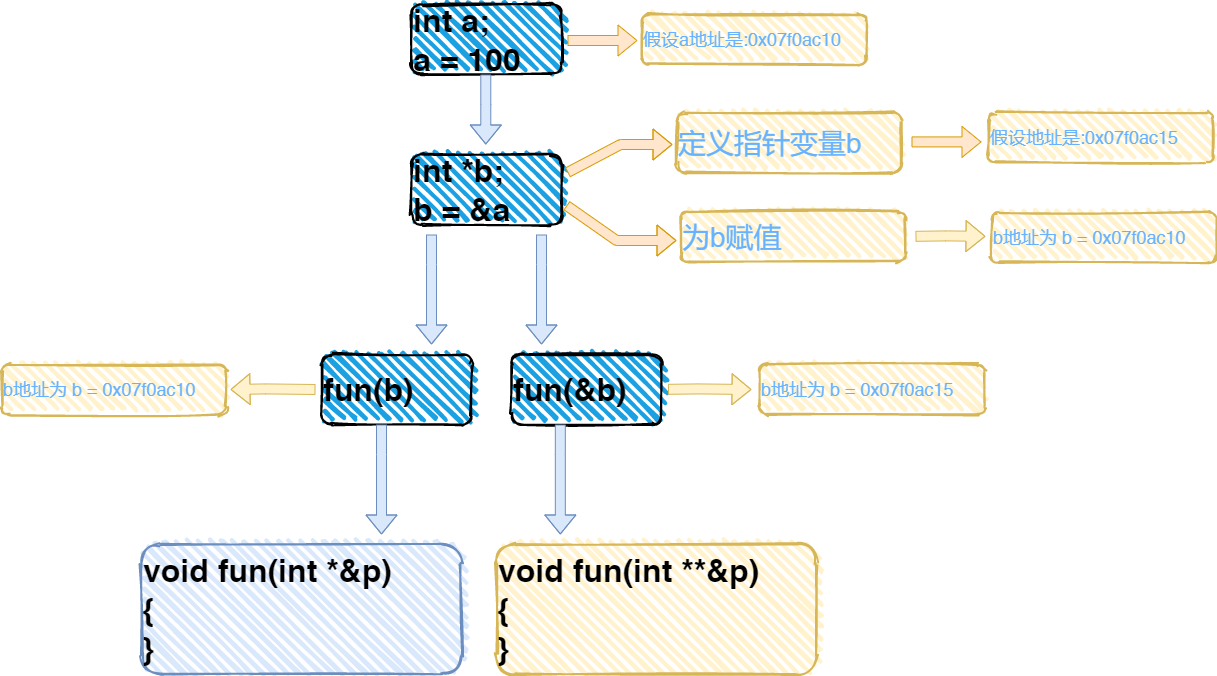
Before: 指针.png, a diagram exported from draw.io (gitbilihub/hexo). Source tidied: cells renumbered, new cells last; positions are measured from the earlier drawing's top-left corner, leaving out a move shared by most shapes.
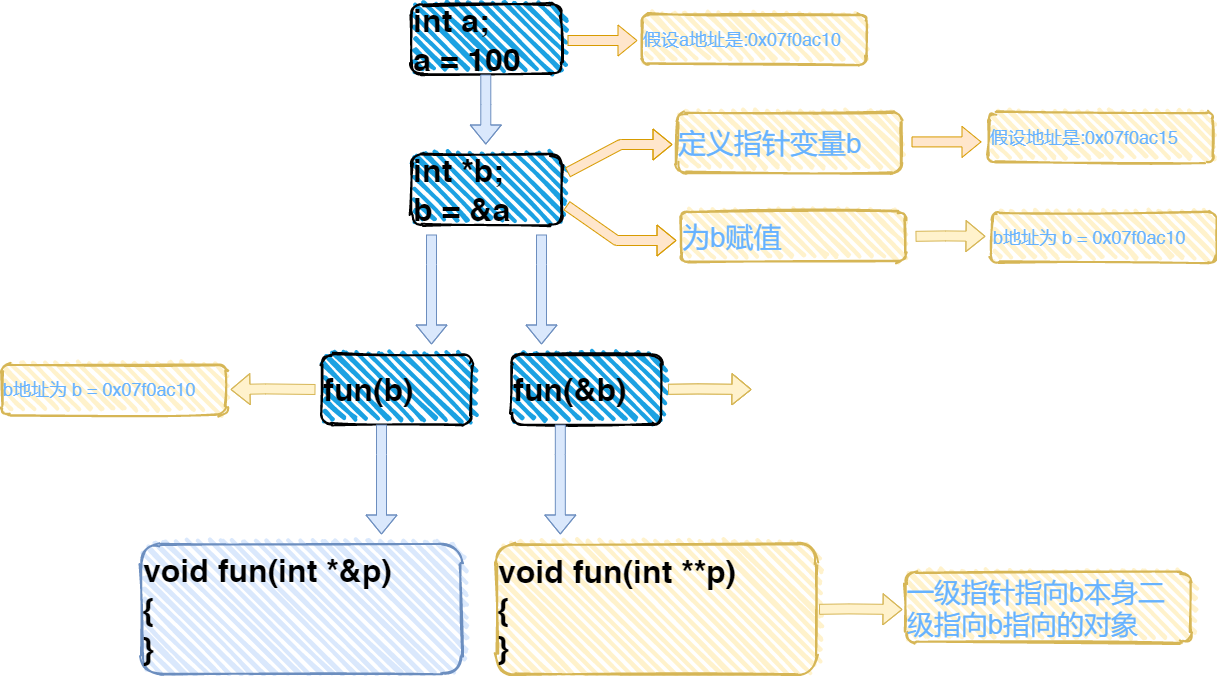
The same diagram one commit later.

Change to the diagram source:
```diff
@@ -56,7 +56,7 @@
         </Array>
       </mxGeometry>
     </mxCell>
-    <mxCell id="14" value="&lt;span style=&quot;font-size: 32px&quot;&gt;&lt;b&gt;void fun(int **&amp;amp;p)&lt;br&gt;{&lt;br&gt;}&lt;br&gt;&lt;/b&gt;&lt;/span&gt;" style="rounded=1;whiteSpace=wrap;html=1;strokeWidth=2;fillWeight=4;hachureGap=8;hachureAngle=45;fillColor=#fff2cc;sketch=1;align=left;strokeColor=#d6b656;" parent="1" vertex="1">
+    <mxCell id="14" value="&lt;b style=&quot;font-size: 32px&quot;&gt;void fun(int **p)&lt;br&gt;{&lt;br&gt;}&lt;/b&gt;&lt;span style=&quot;font-size: 32px&quot;&gt;&lt;b&gt;&lt;br&gt;&lt;/b&gt;&lt;/span&gt;" style="rounded=1;whiteSpace=wrap;html=1;strokeWidth=2;fillWeight=4;hachureGap=8;hachureAngle=45;fillColor=#fff2cc;sketch=1;align=left;strokeColor=#d6b656;" parent="1" vertex="1">
       <mxGeometry x="495" y="540" width="320" height="130" as="geometry" />
     </mxCell>
     <mxCell id="15" style="shape=flexArrow;endArrow=classic;html=1;fillColor=#dae8fc;strokeColor=#6c8ebf;" parent="1" edge="1">
@@ -107,8 +107,8 @@
         <mxPoint x="636" y="36" as="targetPoint" />
       </mxGeometry>
     </mxCell>
-    <mxCell id="21" value="&lt;font color=&quot;#66b2ff&quot;&gt;&lt;span style=&quot;font-size: 18px&quot;&gt;b地址为 b =&amp;nbsp;&lt;/span&gt;&lt;/font&gt;&lt;span style=&quot;color: rgb(102 , 178 , 255) ; font-size: 18px&quot;&gt;0x07f0ac15&lt;/span&gt;" style="rounded=1;whiteSpace=wrap;html=1;strokeWidth=2;fillWeight=4;hachureGap=8;hachureAngle=45;fillColor=#fff2cc;sketch=1;align=left;strokeColor=#d6b656;" parent="1" vertex="1">
-      <mxGeometry x="758" y="360" width="225" height="50" as="geometry" />
+    <mxCell id="21" value="&lt;font color=&quot;#66b2ff&quot; style=&quot;font-size: 27px&quot;&gt;一级指针指向b本身二级指向b指向的对象&lt;/font&gt;" style="rounded=1;whiteSpace=wrap;html=1;strokeWidth=2;fillWeight=4;hachureGap=8;hachureAngle=45;fillColor=#fff2cc;sketch=1;align=left;strokeColor=#d6b656;" parent="1" vertex="1">
+      <mxGeometry x="904" y="568" width="286" height="70" as="geometry" />
     </mxCell>
     <mxCell id="22" value="&lt;font color=&quot;#66b2ff&quot; style=&quot;font-size: 28px&quot;&gt;为b赋值&lt;/font&gt;" style="rounded=1;whiteSpace=wrap;html=1;strokeWidth=2;fillWeight=4;hachureGap=8;hachureAngle=45;fillColor=#fff2cc;sketch=1;align=left;strokeColor=#d6b656;" parent="1" vertex="1">
       <mxGeometry x="679" y="207" width="225" height="50" as="geometry" />
@@ -143,5 +143,23 @@
         </Array>
       </mxGeometry>
     </mxCell>
+    <mxCell id="27" style="shape=flexArrow;endArrow=classic;html=1;fillColor=#fff2cc;strokeColor=#d6b656;" parent="1" edge="1">
+      <mxGeometry relative="1" as="geometry">
+        <mxPoint x="666.5" y="384.8" as="sourcePoint" />
+        <mxPoint x="750" y="385" as="targetPoint" />
+        <Array as="points">
+          <mxPoint x="696.5" y="384.4" />
+        </Array>
+      </mxGeometry>
+    </mxCell>
+    <mxCell id="28" style="shape=flexArrow;endArrow=classic;html=1;fillColor=#fff2cc;strokeColor=#d6b656;" parent="1" edge="1">
+      <mxGeometry relative="1" as="geometry">
+        <mxPoint x="817.5" y="604.8" as="sourcePoint" />
+        <mxPoint x="901" y="605" as="targetPoint" />
+        <Array as="points">
+          <mxPoint x="847.5" y="604.4" />
+        </Array>
+      </mxGeometry>
+    </mxCell>
   </root>
 </mxGraphModel>
```
